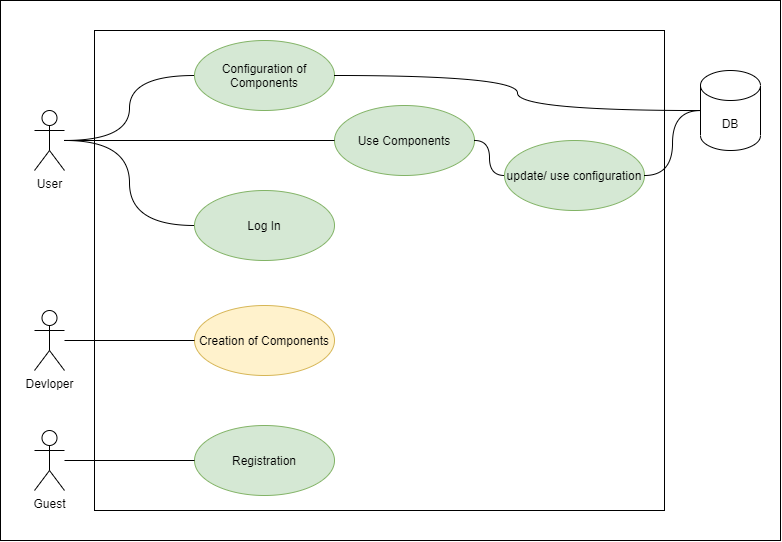
Before: usecase/UseCase.drawio.png, a diagram exported from draw.io (papatohu/docs). Source tidied: cells renumbered, new cells last; positions are measured from the earlier drawing's top-left corner, leaving out a move shared by most shapes. Its diagram source:
```xml
<mxGraphModel>
  <root>
    <mxCell id="0" />
    <mxCell id="1" parent="0" />
    <mxCell id="2" style="html=1;fillColor=none;" parent="1" vertex="1">
      <mxGeometry width="780" height="540" as="geometry" />
    </mxCell>
    <mxCell id="3" style="html=1;" parent="1" vertex="1">
      <mxGeometry x="94" y="30" width="570" height="480" as="geometry" />
    </mxCell>
    <mxCell id="4" value="Configuration of Components" style="ellipse;whiteSpace=wrap;html=1;fillColor=#d5e8d4;strokeColor=#82b366;" parent="1" vertex="1">
      <mxGeometry x="194" y="40" width="140" height="70" as="geometry" />
    </mxCell>
    <mxCell id="5" value="Devloper" style="shape=umlActor;verticalLabelPosition=bottom;verticalAlign=top;html=1;" parent="1" vertex="1">
      <mxGeometry x="34" y="310" width="30" height="60" as="geometry" />
    </mxCell>
    <mxCell id="6" value="User" style="shape=umlActor;verticalLabelPosition=bottom;verticalAlign=top;html=1;" parent="1" vertex="1">
      <mxGeometry x="34" y="110" width="30" height="60" as="geometry" />
    </mxCell>
    <mxCell id="7" value="Creation of Components" style="ellipse;whiteSpace=wrap;html=1;fillColor=#fff2cc;strokeColor=#d6b656;" parent="1" vertex="1">
      <mxGeometry x="194" y="305" width="140" height="70" as="geometry" />
    </mxCell>
    <mxCell id="8" value="Log In" style="ellipse;whiteSpace=wrap;html=1;fillColor=#d5e8d4;strokeColor=#82b366;" parent="1" vertex="1">
      <mxGeometry x="194" y="190" width="140" height="70" as="geometry" />
    </mxCell>
    <mxCell id="9" value="Use Components" style="ellipse;whiteSpace=wrap;html=1;fillColor=#d5e8d4;strokeColor=#82b366;" parent="1" vertex="1">
      <mxGeometry x="334" y="105" width="140" height="70" as="geometry" />
    </mxCell>
    <mxCell id="10" style="endArrow=none;html=1;edgeStyle=orthogonalEdgeStyle;rounded=0;curved=1;" parent="1" edge="1" source="6" target="4">
      <mxGeometry relative="1" as="geometry" />
    </mxCell>
    <mxCell id="11" value="DB" style="shape=cylinder3;whiteSpace=wrap;html=1;boundedLbl=1;backgroundOutline=1;size=15;" parent="1" vertex="1">
      <mxGeometry x="700" y="70" width="60" height="80" as="geometry" />
    </mxCell>
    <mxCell id="12" style="endArrow=none;html=1;edgeStyle=orthogonalEdgeStyle;rounded=0;entryX=0;entryY=0.5;entryDx=0;entryDy=0;curved=1;" parent="1" edge="1" source="6" target="8">
      <mxGeometry relative="1" as="geometry" />
    </mxCell>
    <mxCell id="13" style="endArrow=none;html=1;edgeStyle=orthogonalEdgeStyle;rounded=0;curved=1;" parent="1" edge="1" source="6" target="9">
      <mxGeometry relative="1" as="geometry" />
    </mxCell>
    <mxCell id="14" style="endArrow=none;html=1;edgeStyle=orthogonalEdgeStyle;rounded=0;curved=1;" parent="1" edge="1" source="5" target="7">
      <mxGeometry relative="1" as="geometry" />
    </mxCell>
    <mxCell id="15" style="endArrow=none;html=1;edgeStyle=orthogonalEdgeStyle;rounded=0;curved=1;" parent="1" edge="1" source="4" target="11">
      <mxGeometry relative="1" as="geometry" />
    </mxCell>
    <mxCell id="16" value="update/ use configuration" style="ellipse;whiteSpace=wrap;html=1;fillColor=#d5e8d4;strokeColor=#82b366;" parent="1" vertex="1">
      <mxGeometry x="504" y="140" width="140" height="70" as="geometry" />
    </mxCell>
    <mxCell id="17" style="endArrow=none;html=1;edgeStyle=orthogonalEdgeStyle;rounded=0;curved=1;" parent="1" edge="1" source="9" target="16">
      <mxGeometry relative="1" as="geometry" />
    </mxCell>
    <mxCell id="18" style="endArrow=none;html=1;edgeStyle=orthogonalEdgeStyle;rounded=0;curved=1;" parent="1" edge="1" source="16" target="11">
      <mxGeometry relative="1" as="geometry" />
    </mxCell>
    <mxCell id="19" value="Guest" style="shape=umlActor;verticalLabelPosition=bottom;verticalAlign=top;html=1;" parent="1" vertex="1">
      <mxGeometry x="34" y="430" width="30" height="60" as="geometry" />
    </mxCell>
    <mxCell id="20" value="Registration" style="ellipse;whiteSpace=wrap;html=1;fillColor=#d5e8d4;strokeColor=#82b366;" parent="1" vertex="1">
      <mxGeometry x="194" y="425" width="140" height="70" as="geometry" />
    </mxCell>
    <mxCell id="21" style="endArrow=none;html=1;edgeStyle=orthogonalEdgeStyle;rounded=0;curved=1;" parent="1" edge="1" source="19" target="20">
      <mxGeometry relative="1" as="geometry" />
    </mxCell>
  </root>
</mxGraphModel>
```
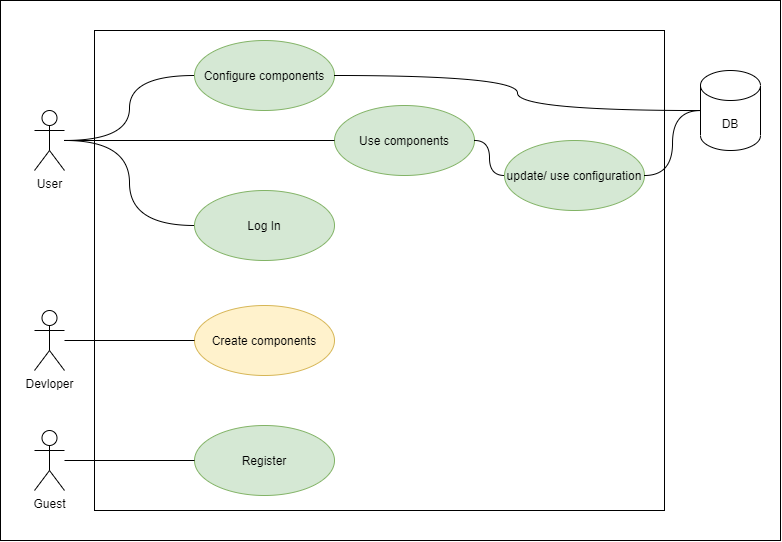
Later version of the same file.

The edit, as a diff of the source:
```diff
@@ -8,7 +8,7 @@
     <mxCell id="3" style="html=1;" parent="1" vertex="1">
       <mxGeometry x="94" y="30" width="570" height="480" as="geometry" />
     </mxCell>
-    <mxCell id="4" value="Configuration of Components" style="ellipse;whiteSpace=wrap;html=1;fillColor=#d5e8d4;strokeColor=#82b366;" parent="1" vertex="1">
+    <mxCell id="4" value="Configure components" style="ellipse;whiteSpace=wrap;html=1;fillColor=#d5e8d4;strokeColor=#82b366;" parent="1" vertex="1">
       <mxGeometry x="194" y="40" width="140" height="70" as="geometry" />
     </mxCell>
     <mxCell id="5" value="Devloper" style="shape=umlActor;verticalLabelPosition=bottom;verticalAlign=top;html=1;" parent="1" vertex="1">
@@ -17,13 +17,13 @@
     <mxCell id="6" value="User" style="shape=umlActor;verticalLabelPosition=bottom;verticalAlign=top;html=1;" parent="1" vertex="1">
       <mxGeometry x="34" y="110" width="30" height="60" as="geometry" />
     </mxCell>
-    <mxCell id="7" value="Creation of Components" style="ellipse;whiteSpace=wrap;html=1;fillColor=#fff2cc;strokeColor=#d6b656;" parent="1" vertex="1">
+    <mxCell id="7" value="Create components" style="ellipse;whiteSpace=wrap;html=1;fillColor=#fff2cc;strokeColor=#d6b656;" parent="1" vertex="1">
       <mxGeometry x="194" y="305" width="140" height="70" as="geometry" />
     </mxCell>
     <mxCell id="8" value="Log In" style="ellipse;whiteSpace=wrap;html=1;fillColor=#d5e8d4;strokeColor=#82b366;" parent="1" vertex="1">
       <mxGeometry x="194" y="190" width="140" height="70" as="geometry" />
     </mxCell>
-    <mxCell id="9" value="Use Components" style="ellipse;whiteSpace=wrap;html=1;fillColor=#d5e8d4;strokeColor=#82b366;" parent="1" vertex="1">
+    <mxCell id="9" value="Use components" style="ellipse;whiteSpace=wrap;html=1;fillColor=#d5e8d4;strokeColor=#82b366;" parent="1" vertex="1">
       <mxGeometry x="334" y="105" width="140" height="70" as="geometry" />
     </mxCell>
     <mxCell id="10" style="endArrow=none;html=1;edgeStyle=orthogonalEdgeStyle;rounded=0;curved=1;" parent="1" edge="1" source="6" target="4">
@@ -56,7 +56,7 @@
     <mxCell id="19" value="Guest" style="shape=umlActor;verticalLabelPosition=bottom;verticalAlign=top;html=1;" parent="1" vertex="1">
       <mxGeometry x="34" y="430" width="30" height="60" as="geometry" />
     </mxCell>
-    <mxCell id="20" value="Registration" style="ellipse;whiteSpace=wrap;html=1;fillColor=#d5e8d4;strokeColor=#82b366;" parent="1" vertex="1">
+    <mxCell id="20" value="Register" style="ellipse;whiteSpace=wrap;html=1;fillColor=#d5e8d4;strokeColor=#82b366;" parent="1" vertex="1">
       <mxGeometry x="194" y="425" width="140" height="70" as="geometry" />
     </mxCell>
     <mxCell id="21" style="endArrow=none;html=1;edgeStyle=orthogonalEdgeStyle;rounded=0;curved=1;" parent="1" edge="1" source="19" target="20">
```
